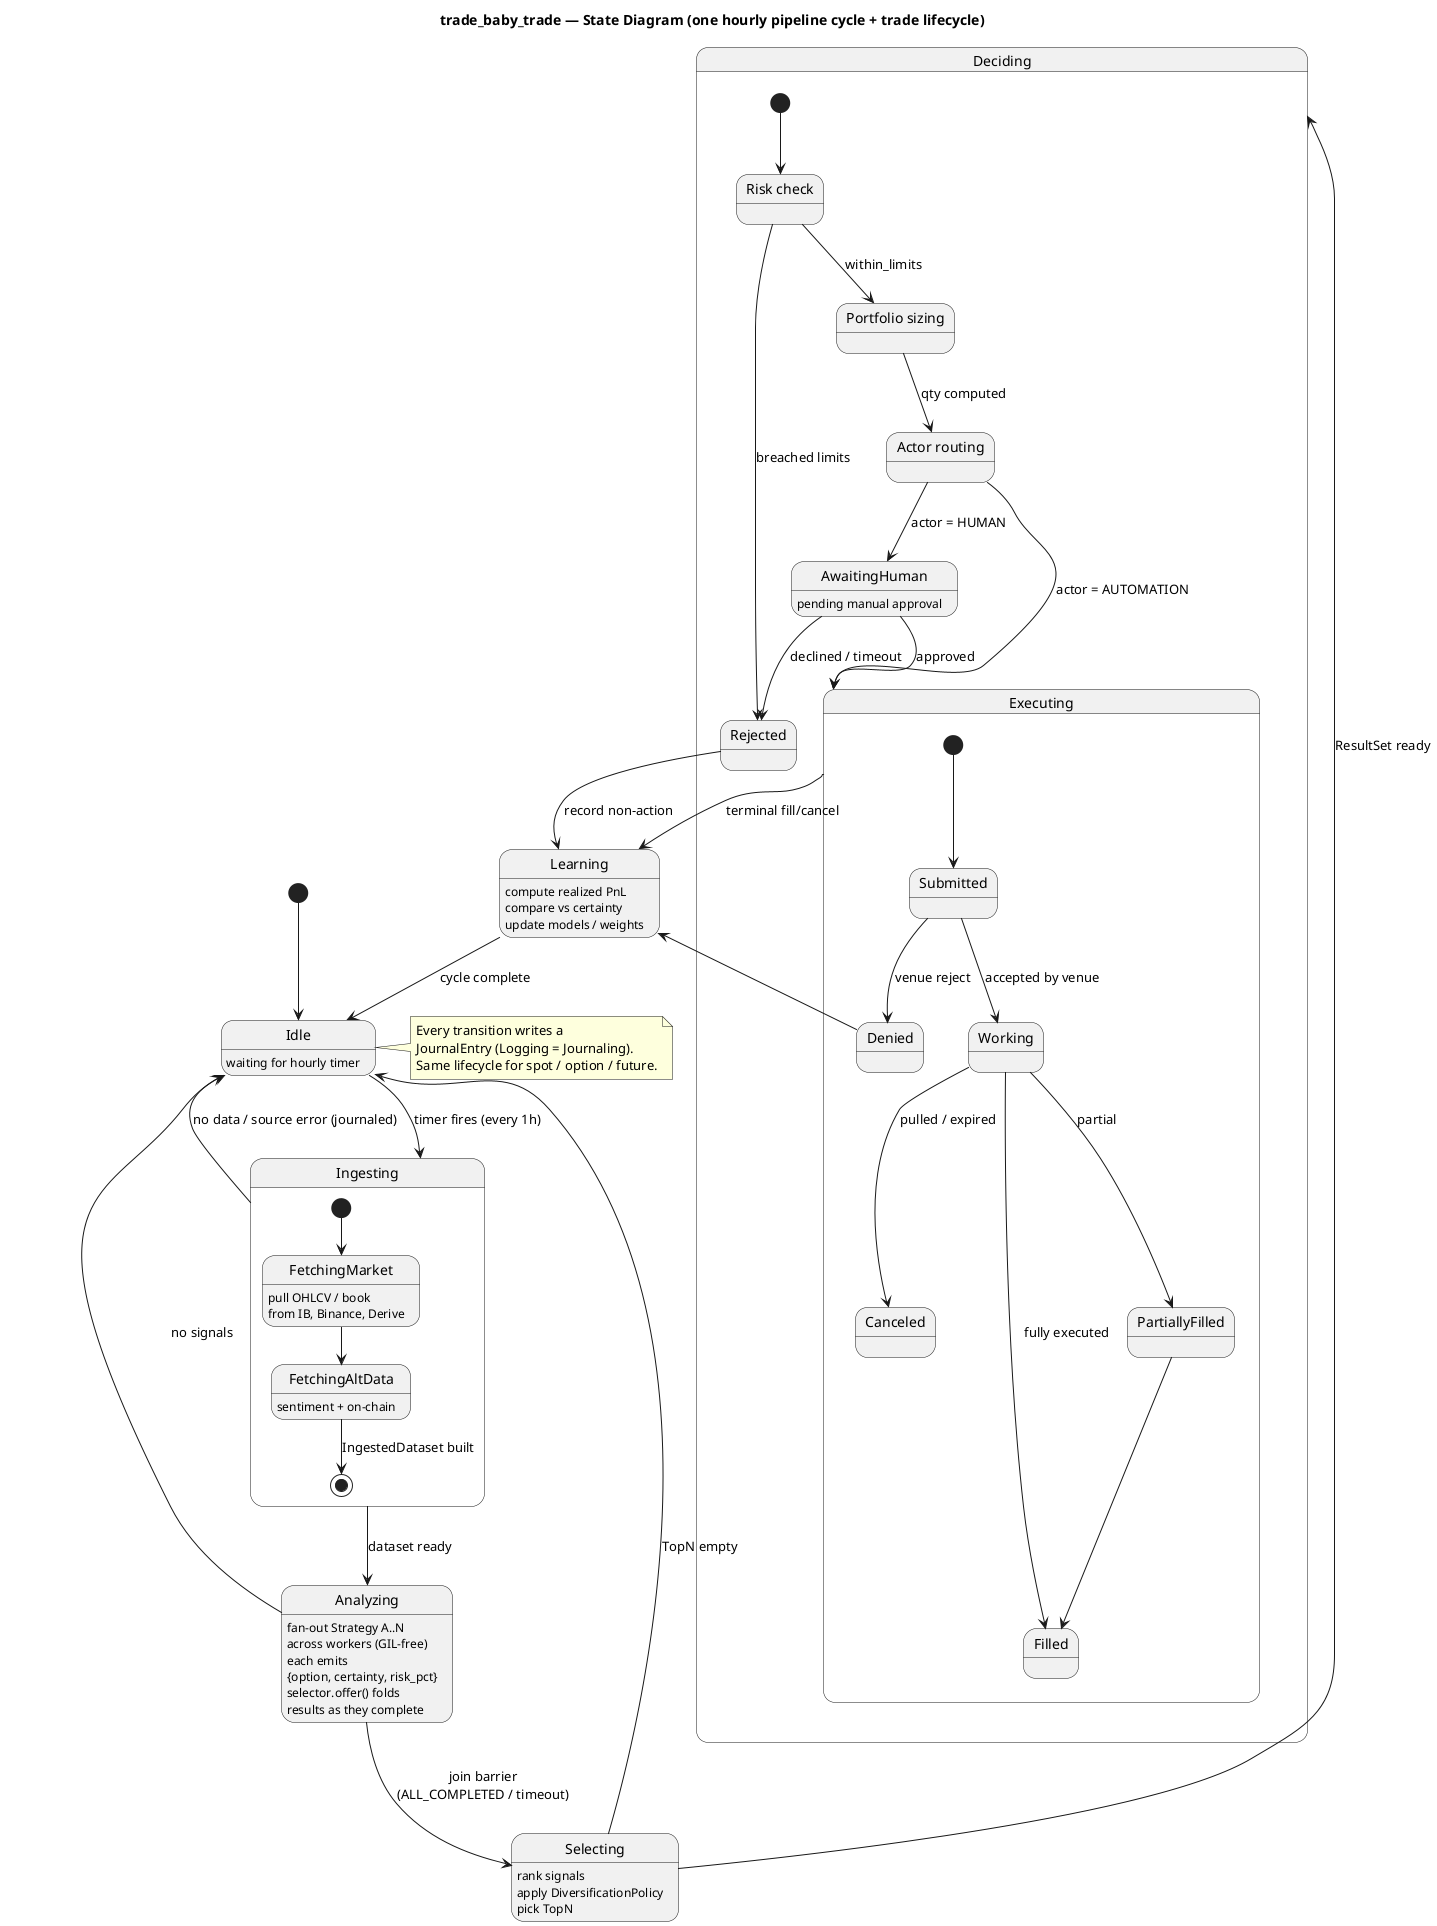
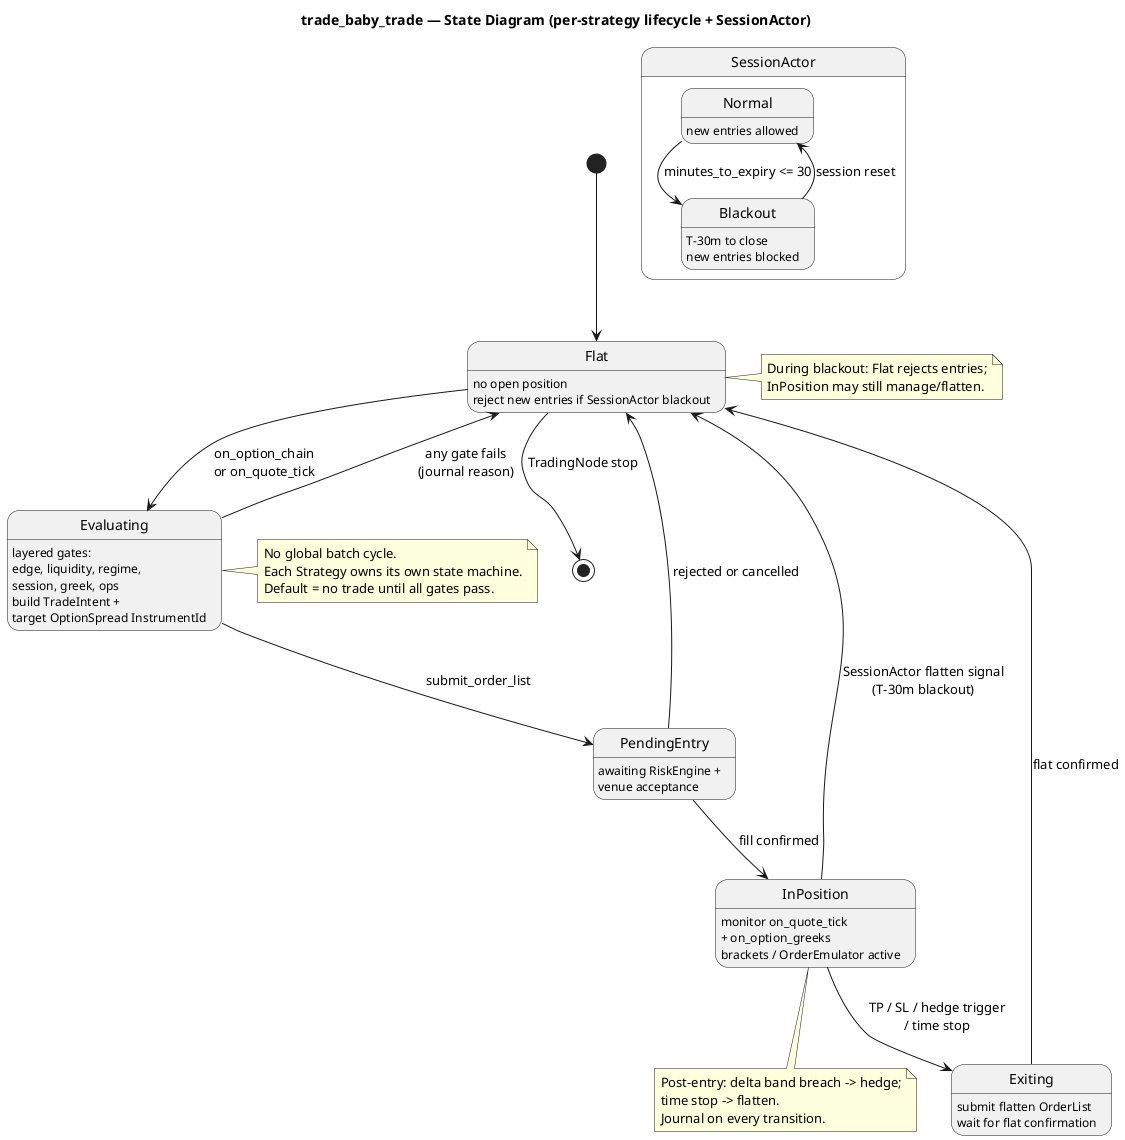
@startuml state-diagram
- title trade_baby_trade — State Diagram (one hourly pipeline cycle + trade lifecycle)
+ title trade_baby_trade — State Diagram (per-strategy lifecycle + SessionActor)

- [*] --> Idle
+ [*] --> Flat

- state Idle {
-   Idle : waiting for hourly timer
+ state Flat {
+   Flat : no open position
+   Flat : reject new entries if SessionActor blackout
}

- Idle --> Ingesting : timer fires (every 1h)
+ Flat --> Evaluating : on_option_chain\nor on_quote_tick

- state Ingesting {
-   [*] --> FetchingMarket
-   FetchingMarket : pull OHLCV / book\nfrom IB, Binance, Derive
-   FetchingMarket --> FetchingAltData
-   FetchingAltData : sentiment + on-chain
-   FetchingAltData --> [*] : IngestedDataset built
- }
- Ingesting --> Analyzing : dataset ready
- Ingesting --> Idle : no data / source error (journaled)
- 
- state Analyzing {
-   Analyzing : fan-out Strategy A..N\nacross workers (GIL-free)
-   Analyzing : each emits\n{option, certainty, risk_pct}
-   Analyzing : selector.offer() folds\nresults as they complete
- }
- Analyzing --> Selecting : join barrier\n(ALL_COMPLETED / timeout)
- Analyzing --> Idle : no signals
- 
- state Selecting {
-   Selecting : rank signals
-   Selecting : apply DiversificationPolicy
-   Selecting : pick TopN
- }
- Selecting --> Deciding : ResultSet ready
- Selecting --> Idle : TopN empty
- 
- state Deciding {
-   state "Risk check" as Risk
-   state "Portfolio sizing" as Size
-   state "Actor routing" as Route
-   [*] --> Risk
-   Risk --> Size : within_limits
-   Risk --> Rejected : breached limits
-   Size --> Route : qty computed
-   Route --> AwaitingHuman : actor = HUMAN
-   Route --> Executing : actor = AUTOMATION
+ state Evaluating {
+   Evaluating : layered gates:\nedge, liquidity, regime,\nsession, greek, ops
+   Evaluating : build TradeIntent +\ntarget OptionSpread InstrumentId
}

- state AwaitingHuman {
-   AwaitingHuman : pending manual approval
- }
- AwaitingHuman --> Executing : approved
- AwaitingHuman --> Rejected : declined / timeout
+ Evaluating --> Flat : any gate fails\n(journal reason)
+ Evaluating --> PendingEntry : submit_order_list

- state Executing {
-   [*] --> Submitted
-   Submitted --> Working : accepted by venue
-   Working --> Filled : fully executed
-   Working --> PartiallyFilled : partial
-   PartiallyFilled --> Filled
-   Working --> Canceled : pulled / expired
-   Submitted --> Denied : venue reject
+ state PendingEntry {
+   PendingEntry : awaiting RiskEngine +\nvenue acceptance
}

- Executing --> Learning : terminal fill/cancel
- Rejected --> Learning : record non-action
- Denied --> Learning
+ PendingEntry --> Flat : rejected or cancelled
+ PendingEntry --> InPosition : fill confirmed

- state Learning {
-   Learning : compute realized PnL
-   Learning : compare vs certainty
-   Learning : update models / weights
+ state InPosition {
+   InPosition : monitor on_quote_tick\n+ on_option_greeks
+   InPosition : brackets / OrderEmulator active
}
- Learning --> Idle : cycle complete

- ' Cross-cutting note
- note right of Idle
-   Every transition writes a
-   JournalEntry (Logging = Journaling).
-   Same lifecycle for spot / option / future.
+ InPosition --> Exiting : TP / SL / hedge trigger\n/ time stop
+ InPosition --> Flat : SessionActor flatten signal\n(T-30m blackout)
+ 
+ state Exiting {
+   Exiting : submit flatten OrderList
+   Exiting : wait for flat confirmation
+ }
+ 
+ Exiting --> Flat : flat confirmed
+ 
+ Flat --> [*] : TradingNode stop
+ 
+ ' SessionActor interaction (cross-cutting)
+ state "SessionActor" as SA {
+   state "Normal" as SAN
+   state "Blackout" as SAB
+   SAN : new entries allowed
+   SAB : T-30m to close\nnew entries blocked
+   SAN --> SAB : minutes_to_expiry <= 30
+   SAB --> SAN : session reset
+ }
+ 
+ note right of Flat
+   During blackout: Flat rejects entries;
+   InPosition may still manage/flatten.
+ end note
+ 
+ note right of Evaluating
+   No global batch cycle.
+   Each Strategy owns its own state machine.
+   Default = no trade until all gates pass.
+ end note
+ 
+ note bottom of InPosition
+   Post-entry: delta band breach -> hedge;
+   time stop -> flatten.
+   Journal on every transition.
end note
@enduml
